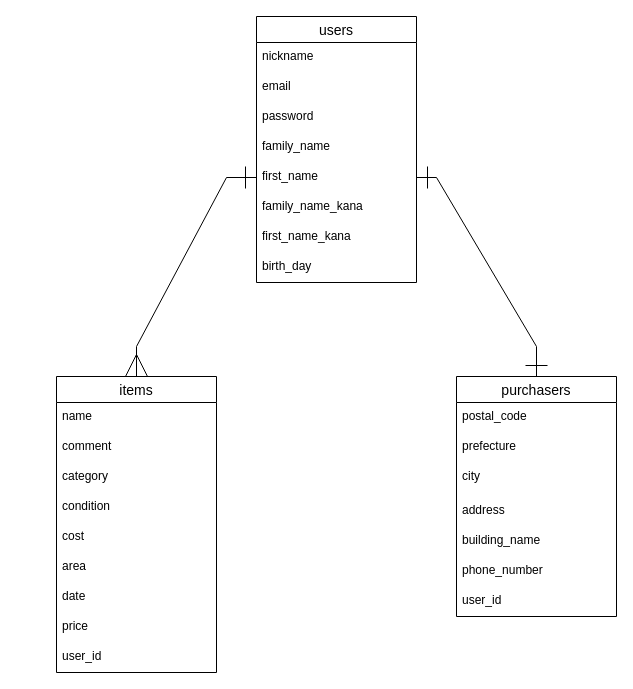
Earlier version of the draw.io diagram furima.dio (dokasu18/furima-37255). Source tidied: cells renumbered, new cells numbered last; positions are measured from the earlier drawing's top-left corner, leaving out a move shared by most shapes. Both pictures are drawn from the tidied source at 100%, with x=0, y=0 at pixel (56, 16).
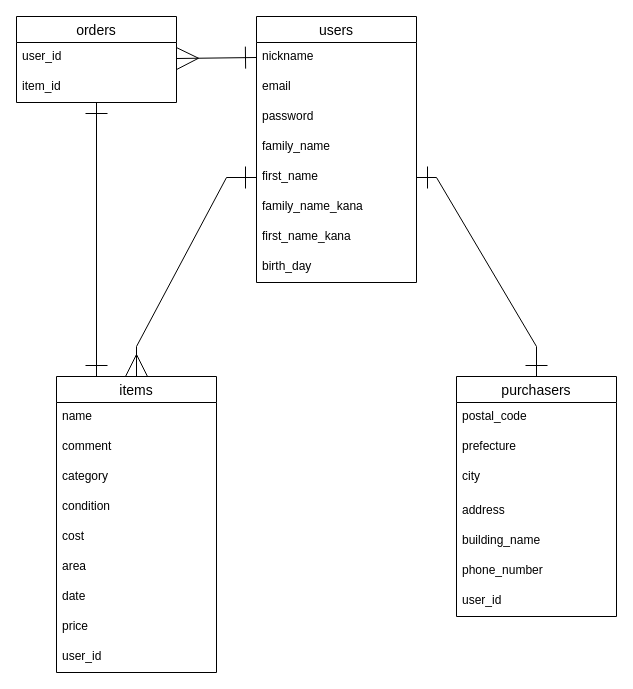
The same diagram, later.

Commit message (it also covers changes not shown here):
データベース設計修正

The change refers to these unchanged cells:
```xml
<mxCell id="3" value="nickname " style="text;strokeColor=none;fillColor=none;spacingLeft=4;spacingRight=4;overflow=hidden;points=[[0,0.5],[1,0.5]];portConstraint=eastwest;fontSize=12;" parent="2" vertex="1">
  <mxGeometry y="26" width="160" height="30" as="geometry" />
</mxCell>
<mxCell id="11" value="items" style="swimlane;fontStyle=0;horizontal=1;startSize=26;align=center;fontSize=14;" parent="1" vertex="1">
  <mxGeometry y="360" width="160" height="296" as="geometry" />
</mxCell>
```

Diff of the diagram source:
```diff
@@
+    <mxCell id="31" style="edgeStyle=none;rounded=0;jumpSize=6;html=1;entryX=0.25;entryY=0;entryDx=0;entryDy=0;startArrow=ERone;startFill=0;endArrow=ERone;endFill=0;startSize=20;endSize=20;targetPerimeterSpacing=-1;" parent="1" edge="1" source="33" target="11">
+      <mxGeometry relative="1" as="geometry" />
+    </mxCell>
+    <mxCell id="32" style="edgeStyle=none;rounded=0;jumpSize=6;html=1;entryX=0;entryY=0.5;entryDx=0;entryDy=0;startArrow=ERmany;startFill=0;endArrow=ERone;endFill=0;startSize=20;endSize=20;targetPerimeterSpacing=-1;" parent="1" edge="1" source="33" target="3">
+      <mxGeometry relative="1" as="geometry" />
+    </mxCell>
+    <mxCell id="33" value="orders" style="swimlane;fontStyle=0;horizontal=1;startSize=26;align=center;fontSize=14;" parent="1" vertex="1">
+      <mxGeometry x="-40" width="160" height="86" as="geometry" />
+    </mxCell>
+    <mxCell id="34" value="user_id" style="text;strokeColor=none;fillColor=none;spacingLeft=4;spacingRight=4;overflow=hidden;fontSize=12;" parent="33" vertex="1">
+      <mxGeometry y="26" width="160" height="30" as="geometry" />
+    </mxCell>
+    <mxCell id="35" value="item_id" style="text;strokeColor=none;fillColor=none;spacingLeft=4;spacingRight=4;overflow=hidden;fontSize=12;" parent="33" vertex="1">
+      <mxGeometry y="56" width="160" height="30" as="geometry" />
+    </mxCell>
```
